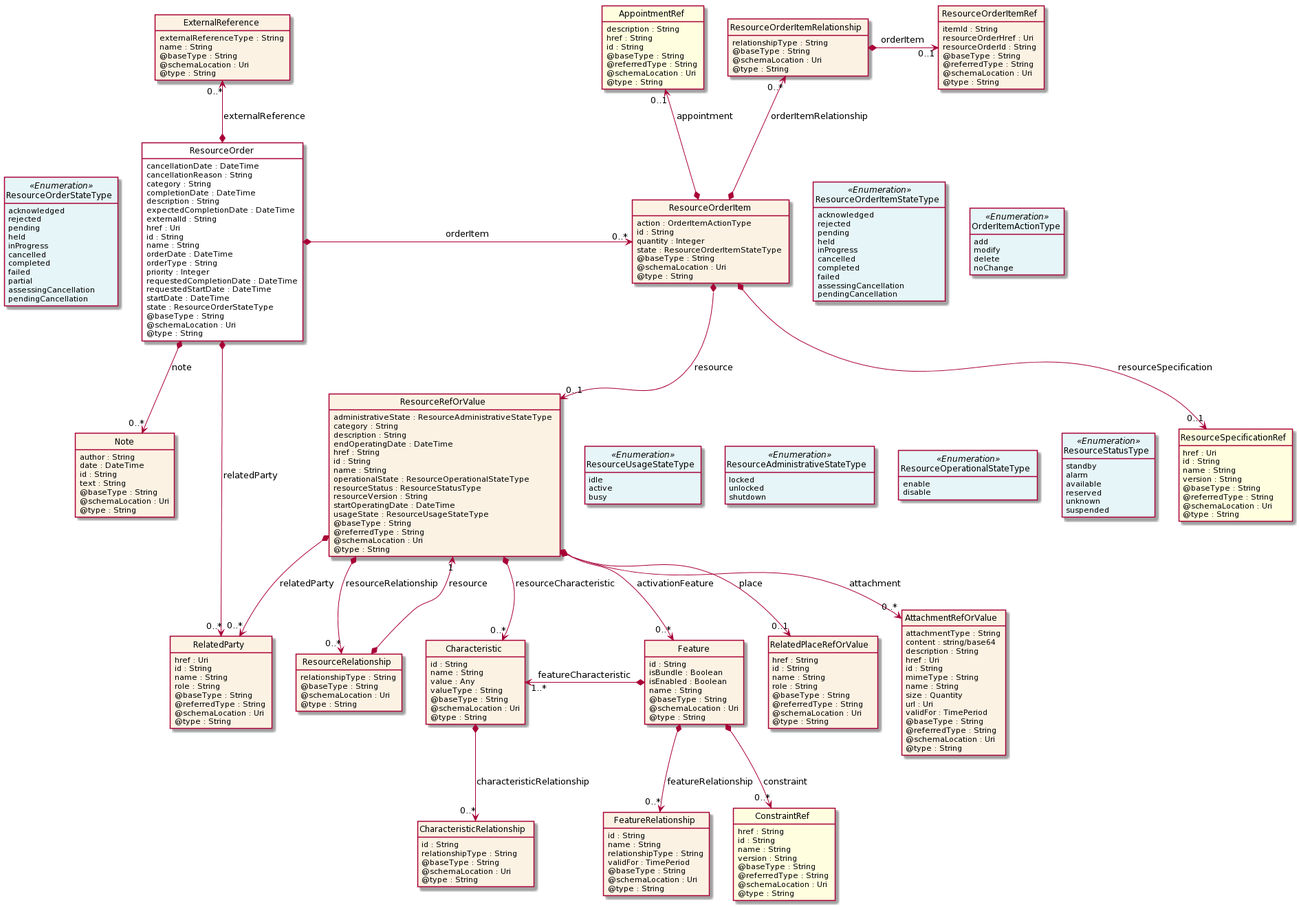
Earlier version of the PlantUML export apis/TMF652_Resource_Order/documentation/diagrams/Resource_ResourceOrder.png (tmforum-apis/Open_Api_And_Data_Model).
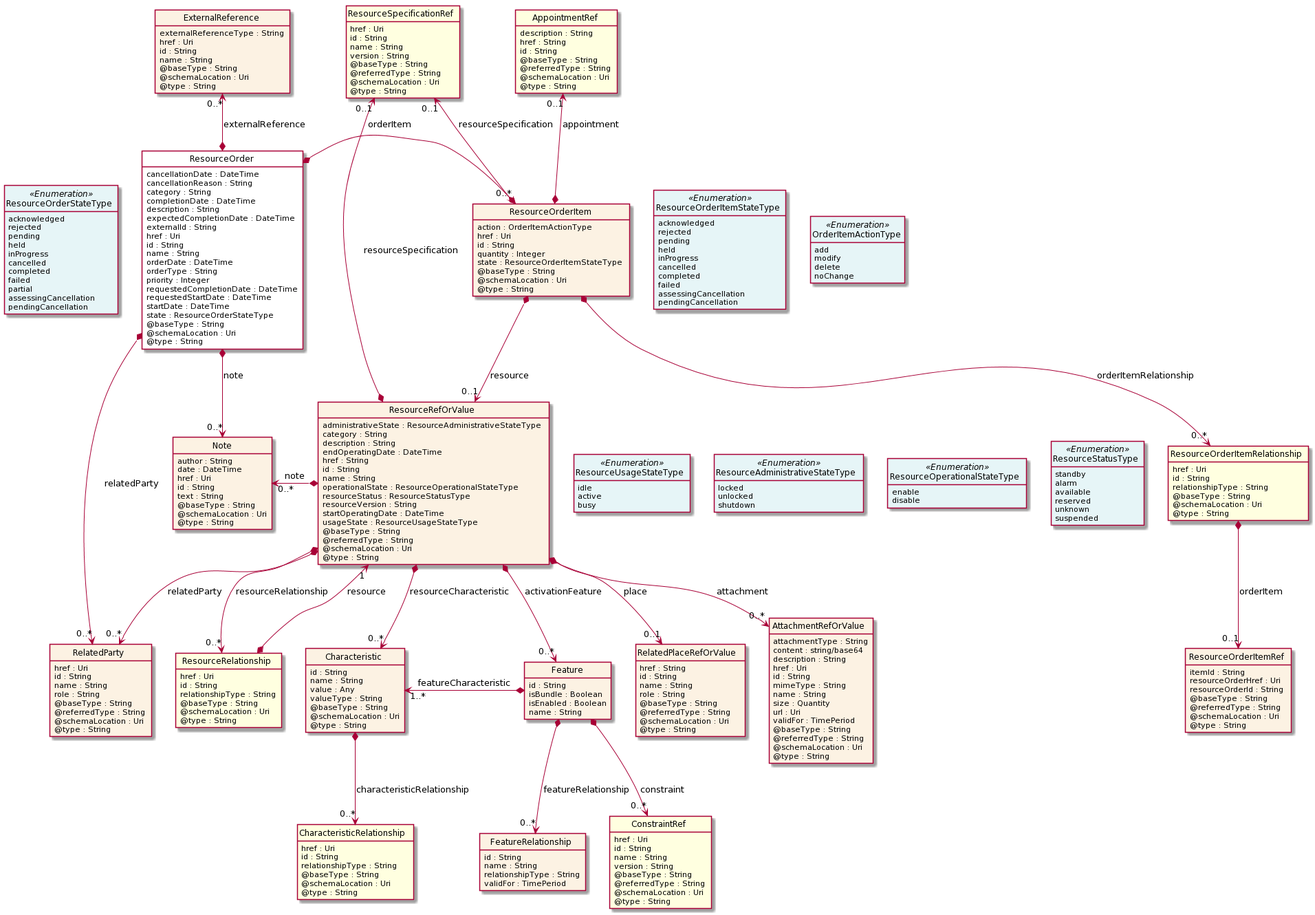
The same diagram one commit later.

Change to the diagram source:
```diff
@@ -50,6 +50,7 @@
 class Note  {
     author : String
     date : DateTime
+    href : Uri
     id : String
     text : String
     @baseType : String
@@ -59,6 +60,7 @@
 
 class ResourceOrderItem  {
     action : OrderItemActionType
+    href : Uri
     id : String
     quantity : Integer
     state : ResourceOrderItemStateType
@@ -137,9 +139,6 @@
     isBundle : Boolean
     isEnabled : Boolean
     name : String
-    @baseType : String
-    @schemaLocation : Uri
-    @type : String
 }
 
 class Characteristic  {
@@ -152,7 +151,8 @@
     @type : String
 }
 
-class CharacteristicRelationship  {
+class CharacteristicRelationship  <<Ref>> {
+    href : Uri
     id : String
     relationshipType : String
     @baseType : String
@@ -161,7 +161,7 @@
 }
 
 class ConstraintRef  <<Ref>> {
-    href : String
+    href : Uri
     id : String
     name : String
     version : String
@@ -176,9 +176,6 @@
     name : String
     relationshipType : String
     validFor : TimePeriod
-    @baseType : String
-    @schemaLocation : Uri
-    @type : String
 }
 
 class ResourceSpecificationRef  <<Ref>> {
@@ -220,7 +217,9 @@
     @type : String
 }
 
-class ResourceRelationship  {
+class ResourceRelationship  <<Ref>> {
+    href : Uri
+    id : String
     relationshipType : String
     @baseType : String
     @schemaLocation : Uri
@@ -248,7 +247,9 @@
     @type : String
 }
 
-class ResourceOrderItemRelationship  {
+class ResourceOrderItemRelationship  <<Ref>> {
+    href : Uri
+    id : String
     relationshipType : String
     @baseType : String
     @schemaLocation : Uri
@@ -267,6 +268,8 @@
 
 class ExternalReference  {
     externalReferenceType : String
+    href : Uri
+    id : String
     name : String
     @baseType : String
     @schemaLocation : Uri
@@ -275,11 +278,11 @@
 
 ResourceOrder *-right-> "0..*" ResourceOrderItem : orderItem
 
-ResourceOrderStateType <-left[hidden]- ResourceOrder
-
 ResourceOrder *-->  "0..*" Note : note
 
 ResourceOrder *-->  "0..*" RelatedParty : relatedParty
+
+ResourceOrderStateType <-left[hidden]- ResourceOrder
 
 Note "0..*" <-left-* ResourceRefOrValue : note
 
@@ -289,13 +292,11 @@
 
 ResourceOrderItemStateType -right[hidden]-> OrderItemActionType
 
-ResourceOrderItem *-->  "0..1" ResourceSpecificationRef : resourceSpecification
-
-ResourceRefOrValue <-left[hidden]- ResourceSpecificationRef
+ResourceSpecificationRef "0..1" <--* ResourceOrderItem : resourceSpecification
 
 ResourceRefOrValue *-->  "0..*" RelatedParty : relatedParty
 
-ResourceSpecificationRef "0..1" <-left-* ResourceRefOrValue : resourceSpecification
+ResourceSpecificationRef "0..1" <--* ResourceRefOrValue : resourceSpecification
 
 ResourceRefOrValue -right[hidden]-> ResourceUsageStateType
 
@@ -331,9 +332,9 @@
 
 ExternalReference "0..*" <--* ResourceOrder : externalReference
 
-ResourceOrderItemRelationship "0..*" <--* ResourceOrderItem : orderItemRelationship
+AppointmentRef "0..1" <--* ResourceOrderItem : appointment
 
-AppointmentRef "0..1" <--* ResourceOrderItem : appointment
+ResourceOrderItem *-->  "0..*" ResourceOrderItemRelationship : orderItemRelationship
 
 Feature *-->  "0..*" FeatureRelationship : featureRelationship
 
@@ -341,6 +342,6 @@
 
 Characteristic *-->  "0..*" CharacteristicRelationship : characteristicRelationship
 
-ResourceOrderItemRelationship *-right-> "0..1" ResourceOrderItemRef : orderItem
+ResourceOrderItemRelationship *-->  "0..1" ResourceOrderItemRef : orderItem
 
 @enduml
```
